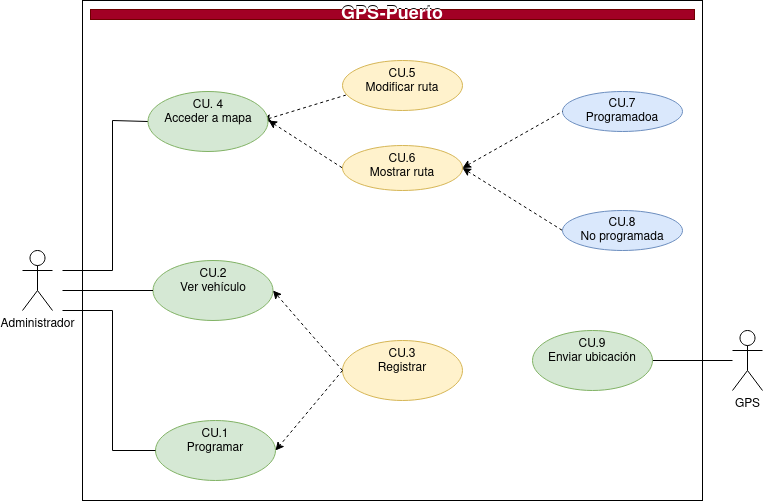
Before: Tareas/casosUso/Tarea3/img/GpsPuerto.drawio.png, a diagram exported from draw.io (colidom/ets). Source tidied: cells renumbered, new cells last; positions are measured from the earlier drawing's top-left corner, leaving out a move shared by most shapes.
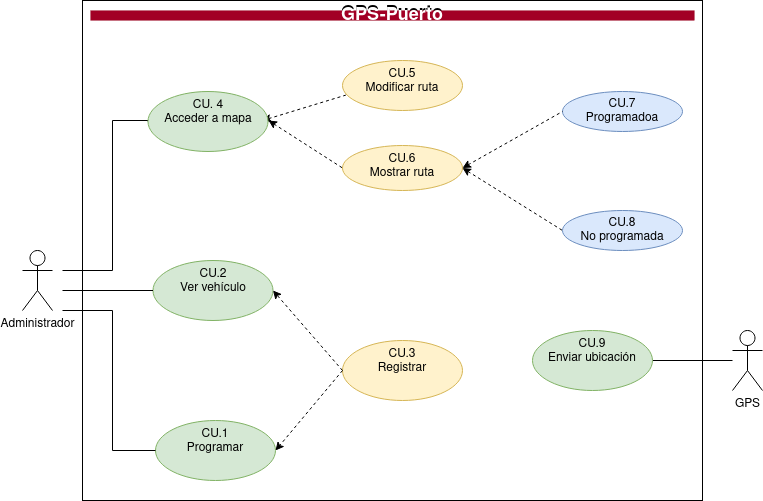
The same file after the commit.

Change to the diagram source:
```diff
@@ -91,8 +91,8 @@
     <mxCell id="24" value="&lt;font style=&quot;font-size: 18px;&quot;&gt;&lt;b&gt;&lt;font color=&quot;#000000&quot;&gt;GPS&lt;/font&gt;-&lt;font color=&quot;#000000&quot;&gt;Puerto&lt;/font&gt;&lt;/b&gt;&lt;/font&gt;" style="text;html=1;strokeColor=none;fillColor=none;align=center;verticalAlign=middle;whiteSpace=wrap;rounded=0;fontColor=#ffffff;" parent="1" vertex="1">
       <mxGeometry x="68" y="8" width="604" height="10" as="geometry" />
     </mxCell>
-    <mxCell id="25" value="&lt;font style=&quot;font-size: 18px;&quot; color=&quot;#FFFFFF&quot;&gt;&lt;b&gt;GPS-Puerto&lt;/b&gt;&lt;/font&gt;" style="text;html=1;strokeColor=#6F0000;fillColor=#a20025;align=center;verticalAlign=middle;whiteSpace=wrap;rounded=0;fontColor=#ffffff;" parent="1" vertex="1">
-      <mxGeometry x="68" y="9" width="604" height="10" as="geometry" />
+    <mxCell id="25" value="&lt;font style=&quot;font-size: 18px;&quot; color=&quot;#FFFFFF&quot;&gt;&lt;b&gt;GPS-Puerto&lt;/b&gt;&lt;/font&gt;" style="text;html=1;strokeColor=#6F0000;fillColor=#a20025;align=center;verticalAlign=middle;whiteSpace=wrap;rounded=0;fontColor=#ffffff;gradientColor=none;strokeWidth=0;" parent="1" vertex="1">
+      <mxGeometry x="68" y="10" width="604" height="10" as="geometry" />
     </mxCell>
   </root>
 </mxGraphModel>
```
